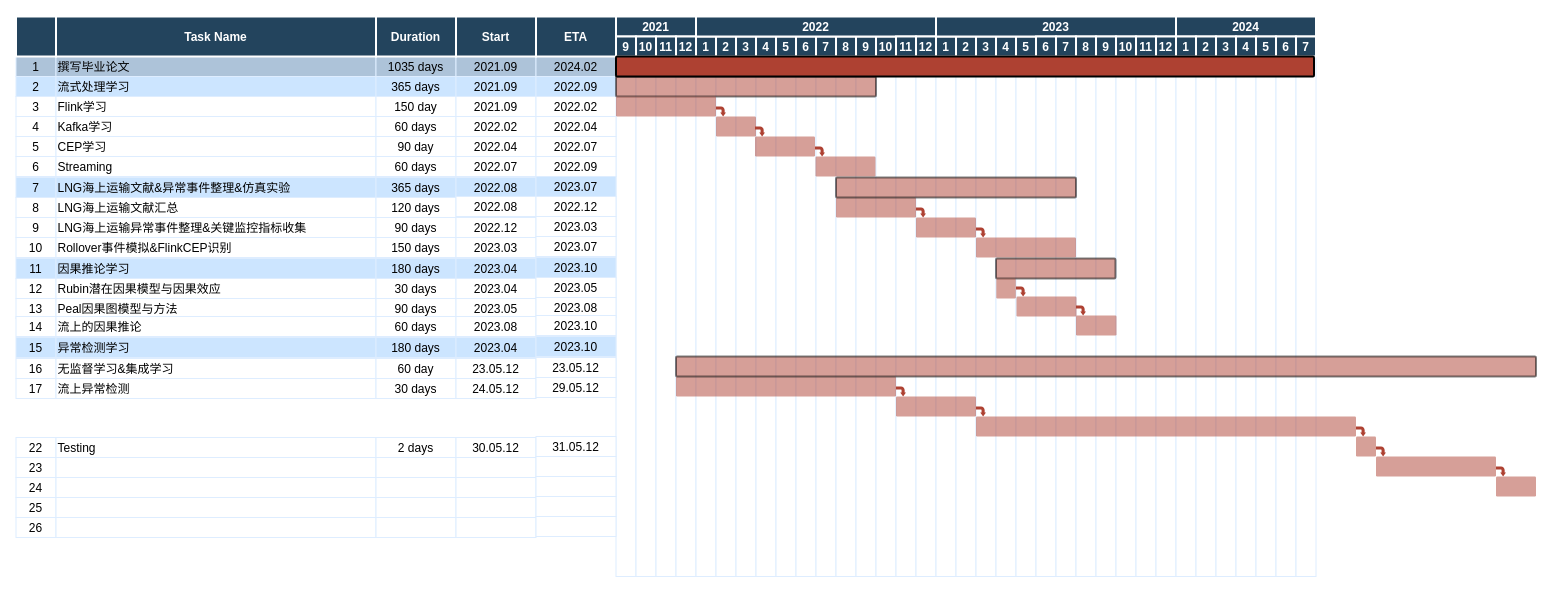
Before: page "Page-1" (1 of 2) of 甘特图.drawio in LiLiJacky/graphData, a draw.io diagram. Source tidied: cells renumbered, new cells numbered last; positions are measured from the earlier drawing's top-left corner, leaving out a move shared by most shapes. Both pictures are drawn from the tidied source at 100%, with x=0, y=0 at pixel (15, 16).
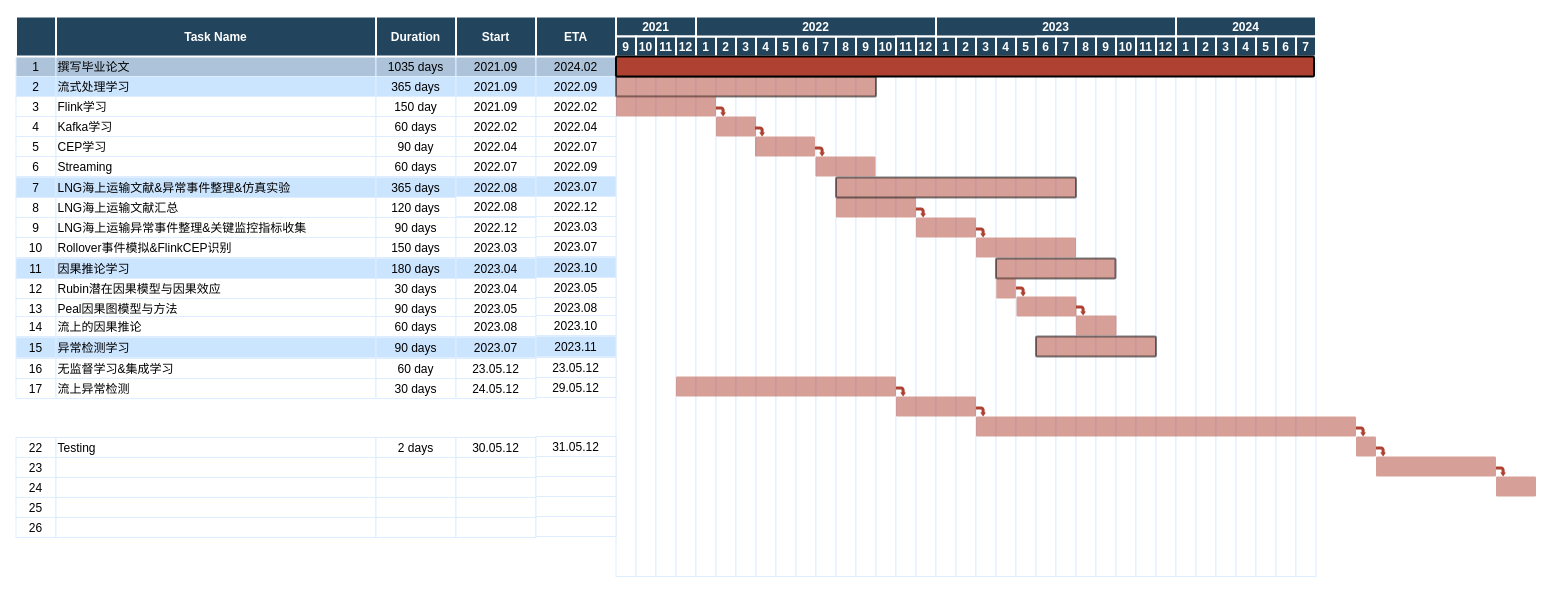
The same page after the edit.

Commit message (it also covers changes not shown here):
更新甘特图.drawio

The edit, as a diff of the source:
```diff
@@
     <mxCell id="207" style="shape=mxgraph.flowchart.process;fillColor=#AE4132;strokeColor=#000000;strokeWidth=2;opacity=50;" parent="1" vertex="1">
-      <mxGeometry x="660.5" y="340" width="860" height="20" as="geometry" />
+      <mxGeometry x="1020.5" y="320" width="120" height="20" as="geometry" />
     </mxCell>
@@
-    <mxCell id="221" value="180 days" style="strokeColor=#DEEDFF;fillColor=#CCE5FF;" parent="1" vertex="1">
+    <mxCell id="221" value="90 days" style="strokeColor=#DEEDFF;fillColor=#CCE5FF;" parent="1" vertex="1">
       <mxGeometry x="360.5" y="321" width="80" height="20" as="geometry" />
     </mxCell>
-    <mxCell id="222" value="2023.04" style="strokeColor=#DEEDFF;fillColor=#CCE5FF;" parent="1" vertex="1">
+    <mxCell id="222" value="2023.07" style="strokeColor=#DEEDFF;fillColor=#CCE5FF;" parent="1" vertex="1">
       <mxGeometry x="440.5" y="321" width="80" height="20" as="geometry" />
     </mxCell>
-    <mxCell id="223" value="2023.10" style="strokeColor=#DEEDFF;fillColor=#CCE5FF;" parent="1" vertex="1">
+    <mxCell id="223" value="2023.11" style="strokeColor=#DEEDFF;fillColor=#CCE5FF;" parent="1" vertex="1">
       <mxGeometry x="520.5" y="320" width="80" height="20" as="geometry" />
     </mxCell>
```
